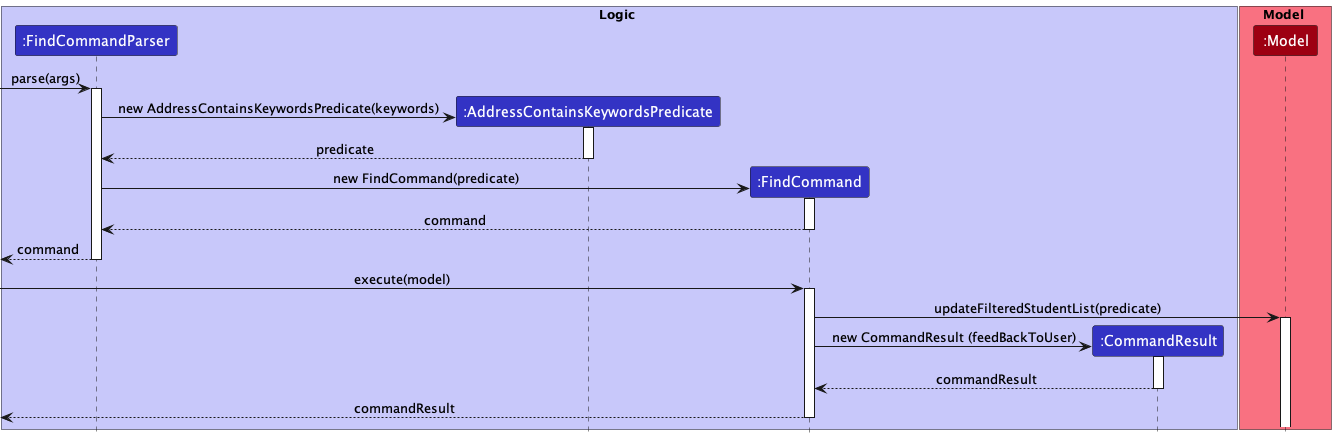
Above: docs/images/DG-images/FindByAddressSequenceDiagram.png in nus-cs2103-AY2223S1/tp (PlantUML), before the change. Source of this version:
```plantuml
@startuml
!include style.puml

box Logic LOGIC_COLOR_T1
participant ":FindCommandParser" as FindCommandParser LOGIC_COLOR
participant ":AddressContainsKeywordsPredicate" as AddressContainsKeywordsPredicate LOGIC_COLOR
participant ":FindCommand" as FindCommand LOGIC_COLOR
participant ":CommandResult" as CommandResult LOGIC_COLOR
end box

box Model MODEL_COLOR_T1
participant ":Model" as Model MODEL_COLOR
end box

[-> FindCommandParser : parse(args)
activate FindCommandParser

create AddressContainsKeywordsPredicate
FindCommandParser -> AddressContainsKeywordsPredicate : new AddressContainsKeywordsPredicate(keywords)
activate AddressContainsKeywordsPredicate

AddressContainsKeywordsPredicate --> FindCommandParser : predicate
deactivate AddressContainsKeywordsPredicate

create FindCommand
FindCommandParser -> FindCommand : new FindCommand(predicate)
activate FindCommand

FindCommand --> FindCommandParser : command
deactivate FindCommand

[<--FindCommandParser : command
deactivate FindCommandParser

[->FindCommand : execute(model)
activate FindCommand

FindCommand -> Model : updateFilteredStudentList(predicate)
activate Model

create CommandResult
FindCommand -> CommandResult : new CommandResult (feedBackToUser)
activate CommandResult

CommandResult --> FindCommand : commandResult
deactivate CommandResult

[<--FindCommand : commandResult
deactivate FindCommand
@enduml
```
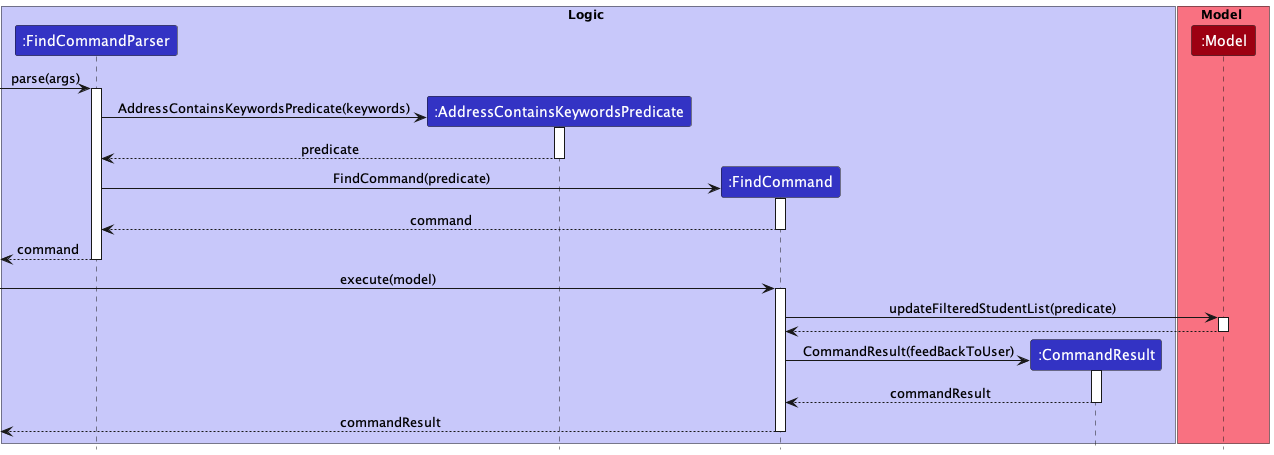
Above is the later version.

Change to the diagram source:
```diff
@@ -16,14 +16,14 @@
 activate FindCommandParser
 
 create AddressContainsKeywordsPredicate
-FindCommandParser -> AddressContainsKeywordsPredicate : new AddressContainsKeywordsPredicate(keywords)
+FindCommandParser -> AddressContainsKeywordsPredicate : AddressContainsKeywordsPredicate(keywords)
 activate AddressContainsKeywordsPredicate
 
 AddressContainsKeywordsPredicate --> FindCommandParser : predicate
 deactivate AddressContainsKeywordsPredicate
 
 create FindCommand
-FindCommandParser -> FindCommand : new FindCommand(predicate)
+FindCommandParser -> FindCommand : FindCommand(predicate)
 activate FindCommand
 
 FindCommand --> FindCommandParser : command
@@ -38,8 +38,11 @@
 FindCommand -> Model : updateFilteredStudentList(predicate)
 activate Model
 
+Model --> FindCommand :
+deactivate Model
+
 create CommandResult
-FindCommand -> CommandResult : new CommandResult (feedBackToUser)
+FindCommand -> CommandResult : CommandResult(feedBackToUser)
 activate CommandResult
 
 CommandResult --> FindCommand : commandResult
```
